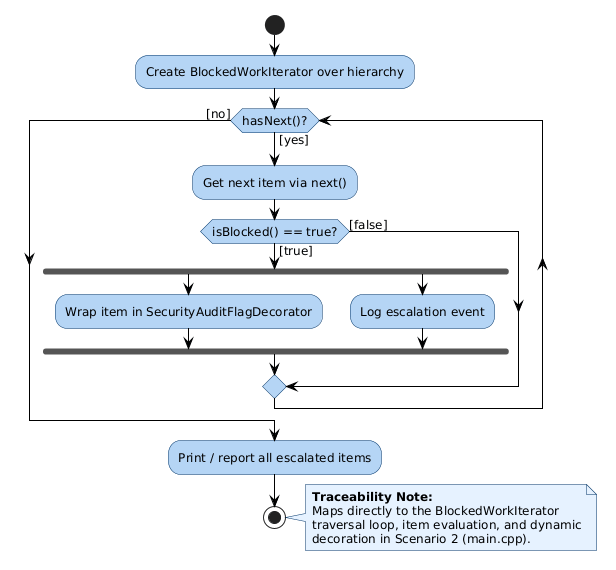
This is docs/diagram1.png from chelsyhwata-dev/cos-214-practical4, a PlantUML export, as it was before one commit. Source of this version:
```plantuml
@startuml
skinparam defaultFontName "Segoe UI"
skinparam defaultFontSize 12
skinparam ActivityBackgroundColor #B5D5F5
skinparam ActivityBorderColor #003366
skinparam ActivityDiamondBackgroundColor #B5D5F5
skinparam ActivityDiamondBorderColor #003366
skinparam ArrowColor #000000
skinparam NoteBackgroundColor #E6F2FF
skinparam NoteBorderColor #003366

start

:Create BlockedWorkIterator over hierarchy;

while (hasNext()?) is ([yes])
  :Get next item via next();

  if (isBlocked() == true?) then ([true])
    fork
      :Wrap item in SecurityAuditFlagDecorator;
    fork again
      :Log escalation event;
    end fork
  else ([false])
  endif

endwhile ([no])

:Print / report all escalated items;

stop

note right
  <b>Traceability Note:</b>
  Maps directly to the BlockedWorkIterator
  traversal loop, item evaluation, and dynamic
  decoration in Scenario 2 (main.cpp).
end note
@enduml
```
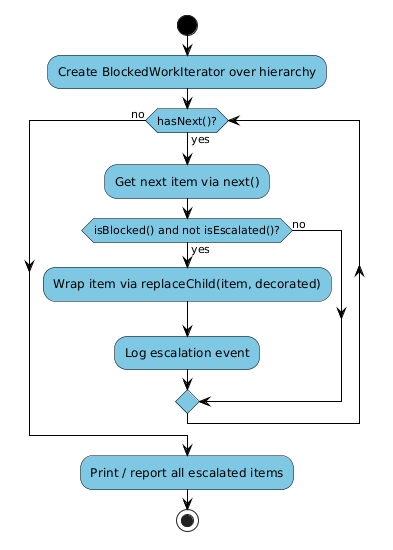
After the commit.

The edit, as a diff of the source:
```diff
@@ -1,40 +1,26 @@
 @startuml
-skinparam defaultFontName "Segoe UI"
-skinparam defaultFontSize 12
-skinparam ActivityBackgroundColor #B5D5F5
-skinparam ActivityBorderColor #003366
-skinparam ActivityDiamondBackgroundColor #B5D5F5
-skinparam ActivityDiamondBorderColor #003366
-skinparam ArrowColor #000000
-skinparam NoteBackgroundColor #E6F2FF
-skinparam NoteBorderColor #003366
+skinparam defaultFontName Arial
+skinparam activity {
+  BackgroundColor #7EC8E3
+  BorderColor black
+  ArrowColor black
+  FontColor black
+  DiamondBackgroundColor #7EC8E3
+  DiamondBorderColor black
+}
+skinparam ActivityStartColor black
+skinparam ActivityEndColor black
 
 start
-
 :Create BlockedWorkIterator over hierarchy;
-
-while (hasNext()?) is ([yes])
+while (hasNext()?) is (yes)
   :Get next item via next();
-
-  if (isBlocked() == true?) then ([true])
-    fork
-      :Wrap item in SecurityAuditFlagDecorator;
-    fork again
-      :Log escalation event;
-    end fork
-  else ([false])
+  if (isBlocked() and not isEscalated()?) then (yes)
+    :Wrap item via replaceChild(item, decorated);
+    :Log escalation event;
+  else (no)
   endif
-
-endwhile ([no])
-
+endwhile (no)
 :Print / report all escalated items;
-
 stop
-
-note right
-  <b>Traceability Note:</b>
-  Maps directly to the BlockedWorkIterator
-  traversal loop, item evaluation, and dynamic
-  decoration in Scenario 2 (main.cpp).
-end note
 @enduml
```
